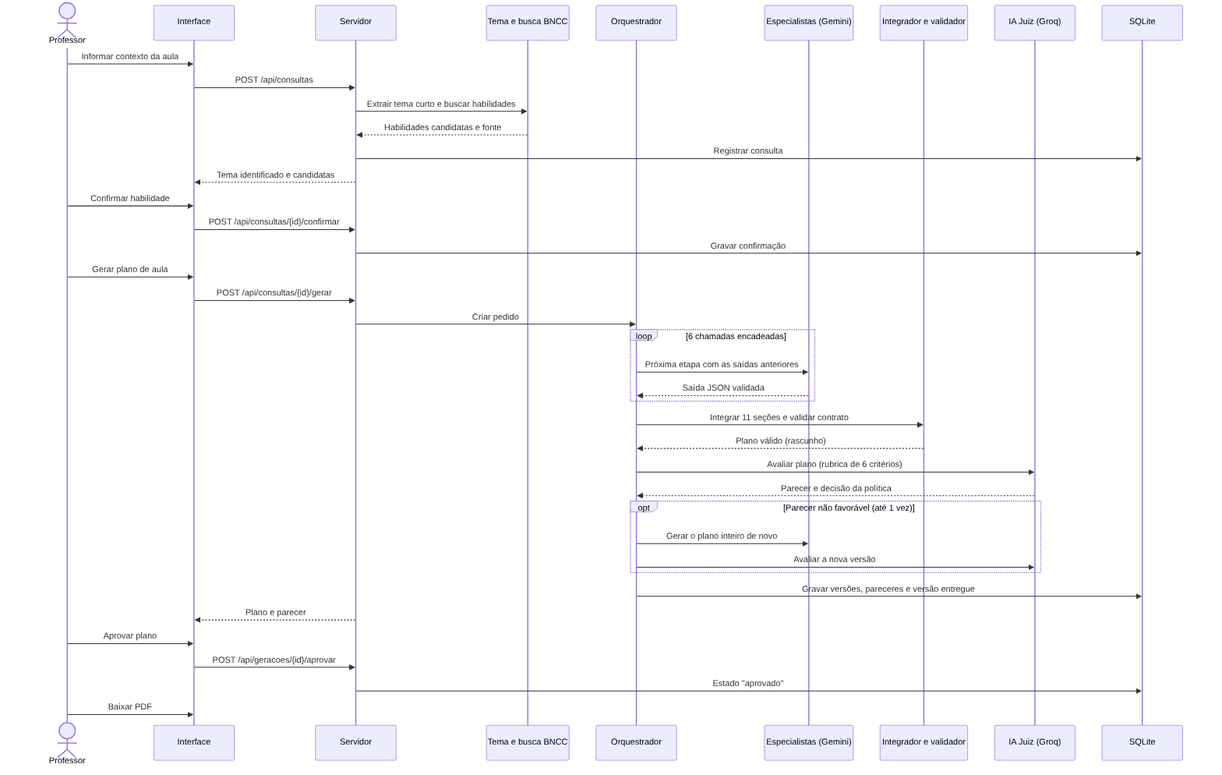
Earlier version of the Mermaid export docs/diagramas/final/sequencia.png (Carneiro-Joao/tcc-plataforma-multiagente). Its source is kept beside it as docs/diagramas/final/sequencia.mmd. Source of this version:
```mermaid
sequenceDiagram
    actor P as Professor
    participant UI as Interface
    participant API as Servidor
    participant BUS as Tema e busca BNCC
    participant ORQ as Orquestrador
    participant ESP as Especialistas (Gemini)
    participant VAL as Integrador e validador
    participant J as IA Juiz (Groq)
    participant DB as SQLite
    P->>UI: Informar contexto da aula
    UI->>API: POST /api/consultas
    API->>BUS: Extrair tema curto e buscar habilidades
    BUS-->>API: Habilidades candidatas e fonte
    API->>DB: Registrar consulta
    API-->>UI: Tema identificado e candidatas
    P->>UI: Confirmar habilidade
    UI->>API: POST /api/consultas/{id}/confirmar
    API->>DB: Gravar confirmação
    P->>UI: Gerar plano de aula
    UI->>API: POST /api/consultas/{id}/gerar
    API->>ORQ: Criar pedido
    loop 6 chamadas encadeadas
        ORQ->>ESP: Próxima etapa com as saídas anteriores
        ESP-->>ORQ: Saída JSON validada
    end
    ORQ->>VAL: Integrar 11 seções e validar contrato
    VAL-->>ORQ: Plano válido (rascunho)
    ORQ->>J: Avaliar plano (rubrica de 6 critérios)
    J-->>ORQ: Parecer e decisão da política
    opt Parecer não favorável (até 1 vez)
        ORQ->>ESP: Gerar o plano inteiro de novo
        ORQ->>J: Avaliar a nova versão
    end
    ORQ->>DB: Gravar versões, pareceres e versão entregue
    API-->>UI: Plano e parecer
    P->>UI: Aprovar plano
    UI->>API: POST /api/geracoes/{id}/aprovar
    API->>DB: Estado "aprovado"
    P->>UI: Baixar PDF
```
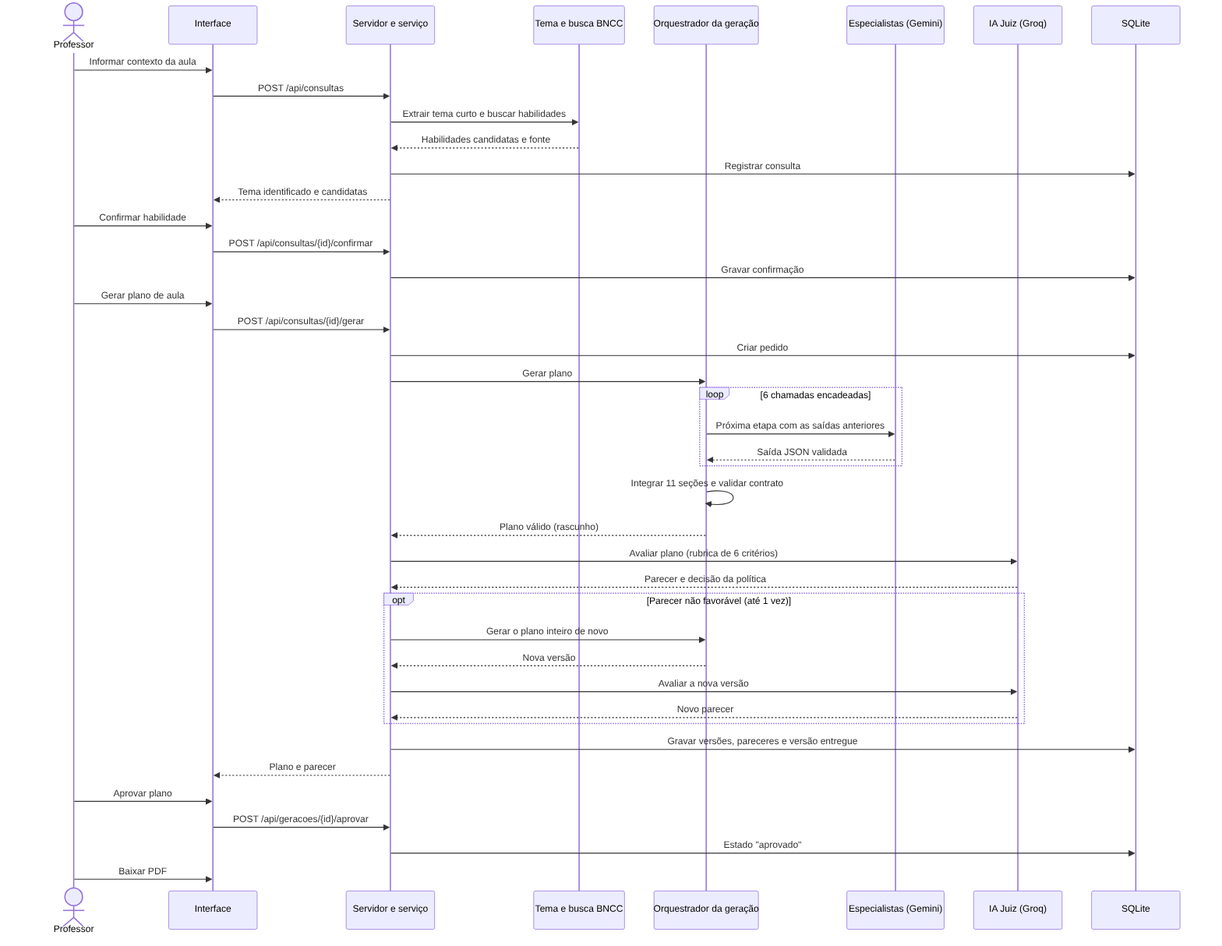
The same file after the commit.

Commit message:
docs(diagramas): sequencia com servico chamando a IA Juiz, coerente com o codigo e o diagrama de componentes

What changed in the source:
```diff
@@ -1,40 +1,42 @@
 sequenceDiagram
     actor P as Professor
     participant UI as Interface
-    participant API as Servidor
+    participant SV as Servidor e serviço
     participant BUS as Tema e busca BNCC
-    participant ORQ as Orquestrador
+    participant ORQ as Orquestrador da geração
     participant ESP as Especialistas (Gemini)
-    participant VAL as Integrador e validador
     participant J as IA Juiz (Groq)
     participant DB as SQLite
     P->>UI: Informar contexto da aula
-    UI->>API: POST /api/consultas
-    API->>BUS: Extrair tema curto e buscar habilidades
-    BUS-->>API: Habilidades candidatas e fonte
-    API->>DB: Registrar consulta
-    API-->>UI: Tema identificado e candidatas
+    UI->>SV: POST /api/consultas
+    SV->>BUS: Extrair tema curto e buscar habilidades
+    BUS-->>SV: Habilidades candidatas e fonte
+    SV->>DB: Registrar consulta
+    SV-->>UI: Tema identificado e candidatas
     P->>UI: Confirmar habilidade
-    UI->>API: POST /api/consultas/{id}/confirmar
-    API->>DB: Gravar confirmação
+    UI->>SV: POST /api/consultas/{id}/confirmar
+    SV->>DB: Gravar confirmação
     P->>UI: Gerar plano de aula
-    UI->>API: POST /api/consultas/{id}/gerar
-    API->>ORQ: Criar pedido
+    UI->>SV: POST /api/consultas/{id}/gerar
+    SV->>DB: Criar pedido
+    SV->>ORQ: Gerar plano
     loop 6 chamadas encadeadas
         ORQ->>ESP: Próxima etapa com as saídas anteriores
         ESP-->>ORQ: Saída JSON validada
     end
-    ORQ->>VAL: Integrar 11 seções e validar contrato
-    VAL-->>ORQ: Plano válido (rascunho)
-    ORQ->>J: Avaliar plano (rubrica de 6 critérios)
-    J-->>ORQ: Parecer e decisão da política
+    ORQ->>ORQ: Integrar 11 seções e validar contrato
+    ORQ-->>SV: Plano válido (rascunho)
+    SV->>J: Avaliar plano (rubrica de 6 critérios)
+    J-->>SV: Parecer e decisão da política
     opt Parecer não favorável (até 1 vez)
-        ORQ->>ESP: Gerar o plano inteiro de novo
-        ORQ->>J: Avaliar a nova versão
+        SV->>ORQ: Gerar o plano inteiro de novo
+        ORQ-->>SV: Nova versão
+        SV->>J: Avaliar a nova versão
+        J-->>SV: Novo parecer
     end
-    ORQ->>DB: Gravar versões, pareceres e versão entregue
-    API-->>UI: Plano e parecer
+    SV->>DB: Gravar versões, pareceres e versão entregue
+    SV-->>UI: Plano e parecer
     P->>UI: Aprovar plano
-    UI->>API: POST /api/geracoes/{id}/aprovar
-    API->>DB: Estado "aprovado"
+    UI->>SV: POST /api/geracoes/{id}/aprovar
+    SV->>DB: Estado "aprovado"
     P->>UI: Baixar PDF
```
